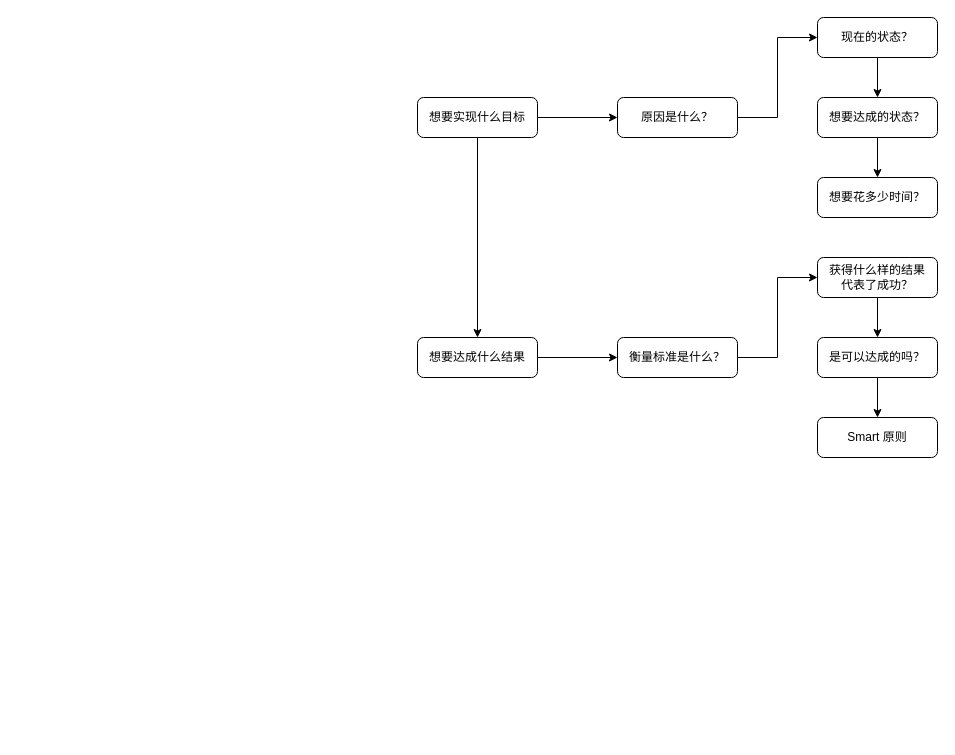
The draw.io diagram Coach.drawio in youyusan/relationship, before the edit. Source tidied: cells renumbered, new cells numbered last; positions are measured from the earlier drawing's top-left corner, leaving out a move shared by most shapes. Both pictures are drawn from the tidied source at 100%, with x=0, y=0 at pixel (417, 17).
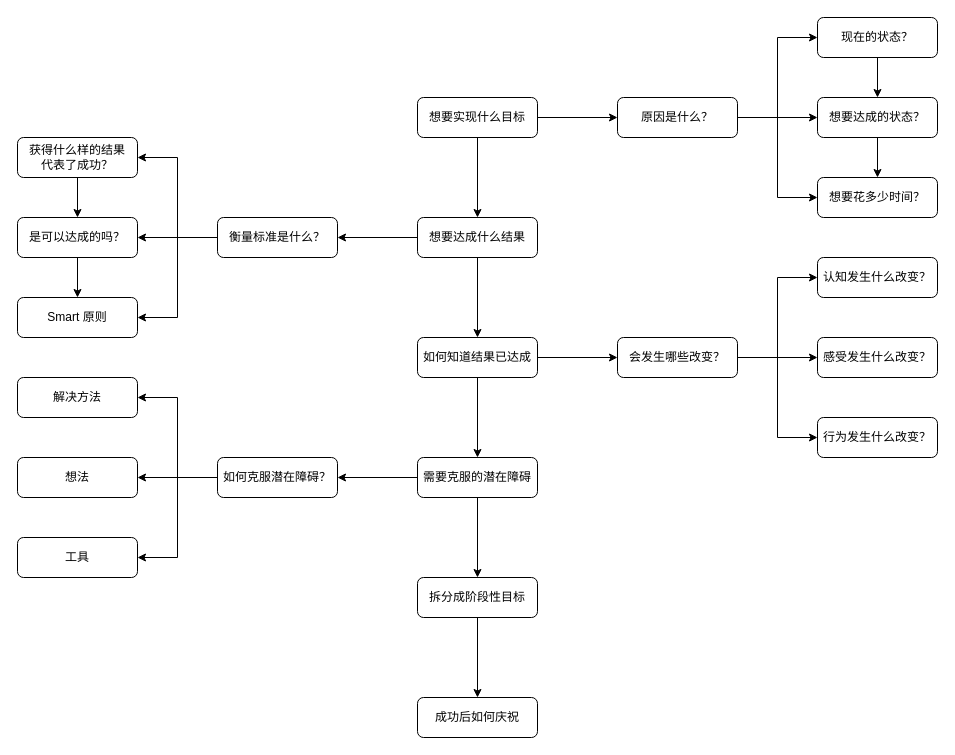
The same diagram, later.

Unchanged cells that the change refers to:
```xml
<mxCell id="8" value="原因是什么？" style="rounded=1;whiteSpace=wrap;html=1;" parent="1" vertex="1">
  <mxGeometry x="200" y="80" width="120" height="40" as="geometry" />
</mxCell>
<mxCell id="12" value="想要达成的状态？" style="rounded=1;whiteSpace=wrap;html=1;" parent="1" vertex="1">
  <mxGeometry x="400" y="80" width="120" height="40" as="geometry" />
</mxCell>
<mxCell id="13" value="想要花多少时间？" style="rounded=1;whiteSpace=wrap;html=1;" parent="1" vertex="1">
  <mxGeometry x="400" y="160" width="120" height="40" as="geometry" />
</mxCell>
```

What changed in the source:
```diff
@@
-    <mxCell id="5" style="edgeStyle=orthogonalEdgeStyle;rounded=0;jettySize=auto;html=1;" parent="1" edge="1" source="6" target="15">
-      <mxGeometry relative="1" as="geometry" />
-    </mxCell>
+    <mxCell id="21" style="edgeStyle=orthogonalEdgeStyle;rounded=0;jettySize=auto;html=1;" parent="1" edge="1" source="6" target="26">
+      <mxGeometry relative="1" as="geometry" />
+    </mxCell>
     <mxCell id="6" value="想要达成什么结果" style="rounded=1;whiteSpace=wrap;html=1;" parent="1" vertex="1">
-      <mxGeometry y="320" width="120" height="40" as="geometry" />
+      <mxGeometry y="200" width="120" height="40" as="geometry" />
     </mxCell>
@@
+    <mxCell id="22" style="edgeStyle=orthogonalEdgeStyle;rounded=0;jettySize=auto;html=1;" parent="1" edge="1" source="8" target="12">
+      <mxGeometry relative="1" as="geometry" />
+    </mxCell>
+    <mxCell id="23" style="edgeStyle=orthogonalEdgeStyle;rounded=0;jettySize=auto;html=1;entryX=0;entryY=0.5;entryDx=0;entryDy=0;" parent="1" edge="1" source="8" target="13">
+      <mxGeometry relative="1" as="geometry" />
+    </mxCell>
@@
+    <mxCell id="24" style="edgeStyle=orthogonalEdgeStyle;rounded=0;jettySize=auto;html=1;" parent="1" edge="1" source="26" target="30">
+      <mxGeometry relative="1" as="geometry" />
+    </mxCell>
+    <mxCell id="25" style="edgeStyle=orthogonalEdgeStyle;rounded=0;jettySize=auto;html=1;" parent="1" edge="1" source="26" target="38">
+      <mxGeometry relative="1" as="geometry" />
+    </mxCell>
+    <mxCell id="26" value="如何知道结果已达成" style="rounded=1;whiteSpace=wrap;html=1;" parent="1" vertex="1">
+      <mxGeometry y="320" width="120" height="40" as="geometry" />
+    </mxCell>
+    <mxCell id="27" style="edgeStyle=orthogonalEdgeStyle;rounded=0;jettySize=auto;html=1;entryX=0;entryY=0.5;entryDx=0;entryDy=0;" parent="1" edge="1" source="30" target="33">
+      <mxGeometry relative="1" as="geometry" />
+    </mxCell>
+    <mxCell id="28" style="edgeStyle=orthogonalEdgeStyle;rounded=0;jettySize=auto;html=1;" parent="1" edge="1" source="30" target="32">
+      <mxGeometry relative="1" as="geometry" />
+    </mxCell>
+    <mxCell id="29" style="edgeStyle=orthogonalEdgeStyle;rounded=0;jettySize=auto;html=1;entryX=0;entryY=0.5;entryDx=0;entryDy=0;" parent="1" edge="1" source="30" target="31">
+      <mxGeometry relative="1" as="geometry" />
+    </mxCell>
+    <mxCell id="30" value="会发生哪些改变？" style="rounded=1;whiteSpace=wrap;html=1;" parent="1" vertex="1">
+      <mxGeometry x="200" y="320" width="120" height="40" as="geometry" />
+    </mxCell>
+    <mxCell id="31" value="行为发生什么改变？" style="rounded=1;whiteSpace=wrap;html=1;" parent="1" vertex="1">
+      <mxGeometry x="400" y="400" width="120" height="40" as="geometry" />
+    </mxCell>
+    <mxCell id="32" value="感受发生什么改变？" style="rounded=1;whiteSpace=wrap;html=1;" parent="1" vertex="1">
+      <mxGeometry x="400" y="320" width="120" height="40" as="geometry" />
+    </mxCell>
+    <mxCell id="33" value="认知发生什么改变？" style="rounded=1;whiteSpace=wrap;html=1;" parent="1" vertex="1">
+      <mxGeometry x="400" y="240" width="120" height="40" as="geometry" />
+    </mxCell>
+    <mxCell id="5" style="edgeStyle=orthogonalEdgeStyle;rounded=0;jettySize=auto;html=1;" parent="1" edge="1" source="6" target="15">
+      <mxGeometry relative="1" as="geometry" />
+    </mxCell>
-    <mxCell id="14" style="edgeStyle=orthogonalEdgeStyle;rounded=0;jettySize=auto;html=1;entryX=0;entryY=0.5;entryDx=0;entryDy=0;" parent="1" edge="1" source="15" target="19">
-      <mxGeometry relative="1" as="geometry" />
+    <mxCell id="14" style="edgeStyle=orthogonalEdgeStyle;rounded=0;jettySize=auto;html=1;entryX=1;entryY=0.5;entryDx=0;entryDy=0;" parent="1" edge="1" source="15" target="19">
+      <mxGeometry relative="1" as="geometry">
+        <Array as="points">
+          <mxPoint x="-240" y="220" />
+          <mxPoint x="-240" y="140" />
+        </Array>
+      </mxGeometry>
     </mxCell>
+    <mxCell id="34" style="edgeStyle=orthogonalEdgeStyle;rounded=0;jettySize=auto;html=1;" parent="1" edge="1" source="15" target="17">
+      <mxGeometry relative="1" as="geometry" />
+    </mxCell>
+    <mxCell id="35" style="edgeStyle=orthogonalEdgeStyle;rounded=0;jettySize=auto;html=1;entryX=1;entryY=0.5;entryDx=0;entryDy=0;" parent="1" edge="1" source="15" target="20">
+      <mxGeometry relative="1" as="geometry" />
+    </mxCell>
     <mxCell id="15" value="衡量标准是什么？" style="rounded=1;whiteSpace=wrap;html=1;" parent="1" vertex="1">
-      <mxGeometry x="200" y="320" width="120" height="40" as="geometry" />
+      <mxGeometry x="-200" y="200" width="120" height="40" as="geometry" />
     </mxCell>
@@
     <mxCell id="17" value="是可以达成的吗？" style="rounded=1;whiteSpace=wrap;html=1;" parent="1" vertex="1">
-      <mxGeometry x="400" y="320" width="120" height="40" as="geometry" />
+      <mxGeometry x="-400" y="200" width="120" height="40" as="geometry" />
     </mxCell>
@@
     <mxCell id="19" value="获得什么样的结果&lt;br&gt;代表了成功？" style="rounded=1;whiteSpace=wrap;html=1;" parent="1" vertex="1">
-      <mxGeometry x="400" y="240" width="120" height="40" as="geometry" />
+      <mxGeometry x="-400" y="120" width="120" height="40" as="geometry" />
     </mxCell>
     <mxCell id="20" value="Smart 原则" style="rounded=1;whiteSpace=wrap;html=1;" parent="1" vertex="1">
-      <mxGeometry x="400" y="400" width="120" height="40" as="geometry" />
+      <mxGeometry x="-400" y="280" width="120" height="40" as="geometry" />
     </mxCell>
+    <mxCell id="36" style="edgeStyle=orthogonalEdgeStyle;rounded=0;jettySize=auto;html=1;" parent="1" edge="1" source="38" target="42">
+      <mxGeometry relative="1" as="geometry" />
+    </mxCell>
+    <mxCell id="37" style="edgeStyle=orthogonalEdgeStyle;rounded=0;jettySize=auto;html=1;entryX=0.5;entryY=0;entryDx=0;entryDy=0;" parent="1" edge="1" source="38" target="46">
+      <mxGeometry relative="1" as="geometry" />
+    </mxCell>
+    <mxCell id="38" value="需要克服的潜在障碍" style="rounded=1;whiteSpace=wrap;html=1;" parent="1" vertex="1">
+      <mxGeometry y="440" width="120" height="40" as="geometry" />
+    </mxCell>
+    <mxCell id="39" style="edgeStyle=orthogonalEdgeStyle;rounded=0;jettySize=auto;html=1;entryX=1;entryY=0.5;entryDx=0;entryDy=0;" parent="1" edge="1" source="42" target="43">
+      <mxGeometry relative="1" as="geometry" />
+    </mxCell>
+    <mxCell id="40" style="edgeStyle=orthogonalEdgeStyle;rounded=0;jettySize=auto;html=1;entryX=1;entryY=0.5;entryDx=0;entryDy=0;" parent="1" edge="1" source="42" target="44">
+      <mxGeometry relative="1" as="geometry" />
+    </mxCell>
+    <mxCell id="41" style="edgeStyle=orthogonalEdgeStyle;rounded=0;jettySize=auto;html=1;entryX=1;entryY=0.5;entryDx=0;entryDy=0;" parent="1" edge="1" source="42" target="47">
+      <mxGeometry relative="1" as="geometry" />
+    </mxCell>
+    <mxCell id="42" value="如何克服潜在障碍？" style="rounded=1;whiteSpace=wrap;html=1;" parent="1" vertex="1">
+      <mxGeometry x="-200" y="440" width="120" height="40" as="geometry" />
+    </mxCell>
+    <mxCell id="43" value="解决方法" style="rounded=1;whiteSpace=wrap;html=1;" parent="1" vertex="1">
+      <mxGeometry x="-400" y="360" width="120" height="40" as="geometry" />
+    </mxCell>
+    <mxCell id="44" value="想法" style="rounded=1;whiteSpace=wrap;html=1;" parent="1" vertex="1">
+      <mxGeometry x="-400" y="440" width="120" height="40" as="geometry" />
+    </mxCell>
+    <mxCell id="45" style="edgeStyle=orthogonalEdgeStyle;rounded=0;jettySize=auto;html=1;" parent="1" edge="1" source="46" target="48">
+      <mxGeometry relative="1" as="geometry" />
+    </mxCell>
+    <mxCell id="46" value="拆分成阶段性目标" style="rounded=1;whiteSpace=wrap;html=1;" parent="1" vertex="1">
+      <mxGeometry y="560" width="120" height="40" as="geometry" />
+    </mxCell>
+    <mxCell id="47" value="工具" style="rounded=1;whiteSpace=wrap;html=1;" parent="1" vertex="1">
+      <mxGeometry x="-400" y="520" width="120" height="40" as="geometry" />
+    </mxCell>
+    <mxCell id="48" value="成功后如何庆祝" style="rounded=1;whiteSpace=wrap;html=1;" parent="1" vertex="1">
+      <mxGeometry y="680" width="120" height="40" as="geometry" />
+    </mxCell>
```
